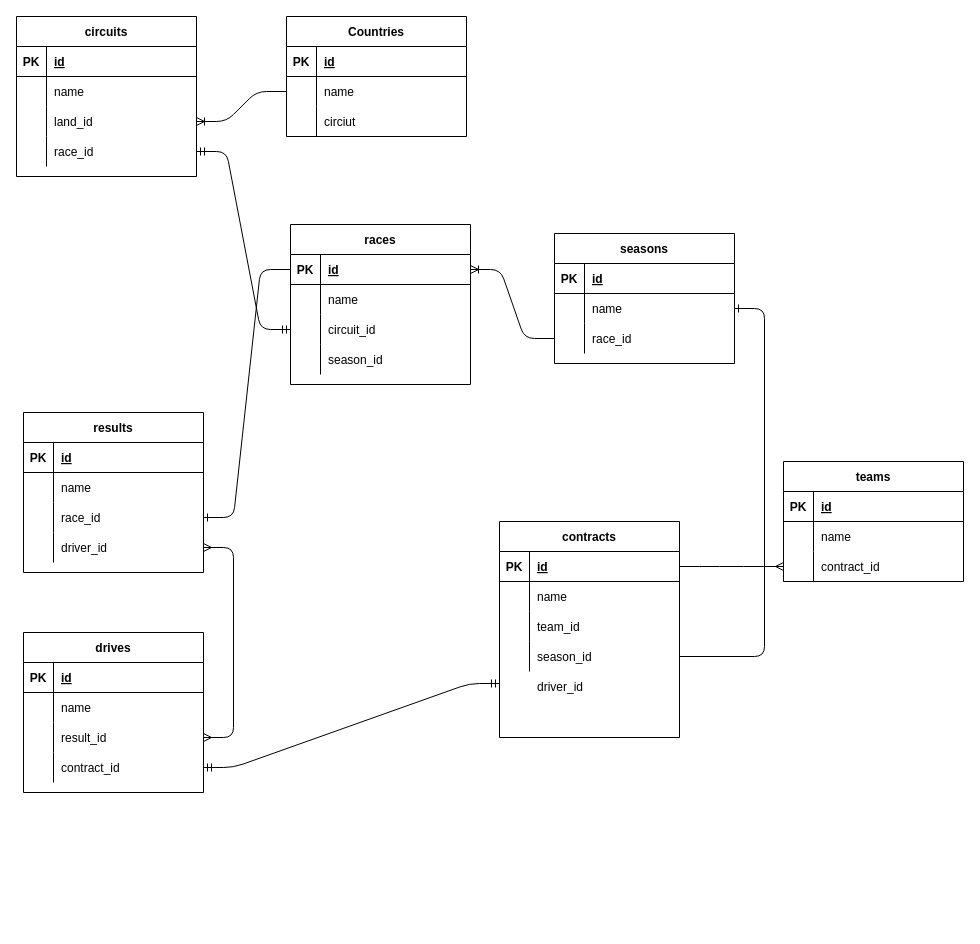
Before: ERDraceopdrachtDatabase.drawio in nickwilschut/ERD-opdracht, a draw.io diagram. Source tidied: cells renumbered, new cells numbered last; positions are measured from the earlier drawing's top-left corner, leaving out a move shared by most shapes. Both pictures are drawn from the tidied source at 100%, with x=0, y=0 at pixel (16, 16).
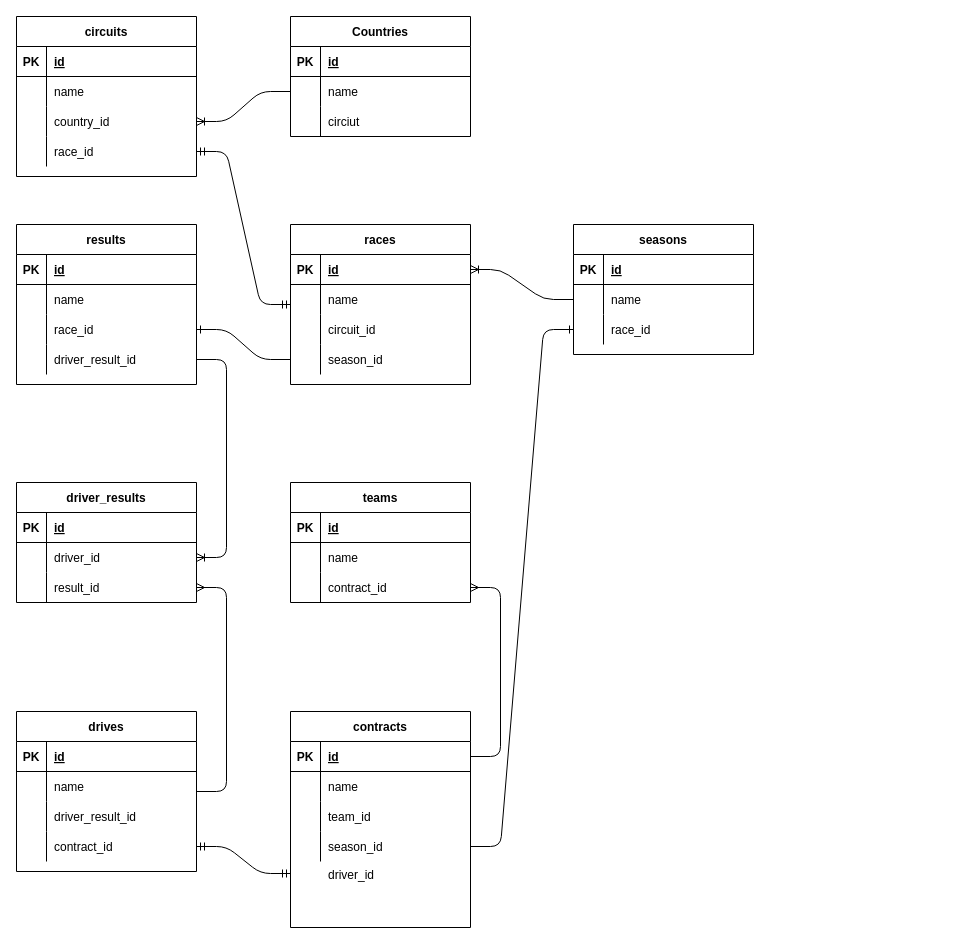
After the change.

Commit message:
added inbetween table for many to many relation

The change refers to these unchanged cells:
```xml
<mxCell id="13" style="shape=partialRectangle;fillColor=none;top=0;left=0;bottom=0;right=0;points=[[0,0.5],[1,0.5]];portConstraint=eastwest;" parent="6" vertex="1">
  <mxGeometry y="90" width="180" height="30" as="geometry" />
</mxCell>
<mxCell id="16" style="shape=partialRectangle;fillColor=none;top=0;left=0;bottom=0;right=0;points=[[0,0.5],[1,0.5]];portConstraint=eastwest;" parent="6" vertex="1">
  <mxGeometry y="120" width="180" height="30" as="geometry" />
</mxCell>
<mxCell id="37" style="shape=partialRectangle;fillColor=none;top=0;left=0;bottom=0;right=0;points=[[0,0.5],[1,0.5]];portConstraint=eastwest;" parent="30" vertex="1">
  <mxGeometry y="90" width="180" height="30" as="geometry" />
</mxCell>
<mxCell id="41" style="shape=partialRectangle;fillColor=none;top=0;left=0;bottom=1;right=0;points=[[0,0.5],[1,0.5]];portConstraint=eastwest;" parent="40" vertex="1">
  <mxGeometry y="30" width="180" height="30" as="geometry" />
</mxCell>
<mxCell id="50" style="shape=partialRectangle;fillColor=none;top=0;left=0;bottom=0;right=0;points=[[0,0.5],[1,0.5]];portConstraint=eastwest;" parent="40" vertex="1">
  <mxGeometry y="120" width="180" height="30" as="geometry" />
</mxCell>
<mxCell id="60" style="shape=partialRectangle;fillColor=none;top=0;left=0;bottom=0;right=0;points=[[0,0.5],[1,0.5]];portConstraint=eastwest;" parent="53" vertex="1">
  <mxGeometry y="90" width="180" height="30" as="geometry" />
</mxCell>
<mxCell id="74" style="shape=partialRectangle;fillColor=none;top=0;left=0;bottom=0;right=0;points=[[0,0.5],[1,0.5]];portConstraint=eastwest;" parent="67" vertex="1">
  <mxGeometry y="90" width="180" height="30" as="geometry" />
</mxCell>
<mxCell id="77" style="shape=partialRectangle;fillColor=none;top=0;left=0;bottom=0;right=0;points=[[0,0.5],[1,0.5]];portConstraint=eastwest;" parent="67" vertex="1">
  <mxGeometry y="120" width="180" height="30" as="geometry" />
</mxCell>
<mxCell id="84" style="shape=partialRectangle;fillColor=none;top=0;left=0;bottom=0;right=0;points=[[0,0.5],[1,0.5]];portConstraint=eastwest;" parent="80" vertex="1">
  <mxGeometry y="60" width="180" height="30" as="geometry" />
</mxCell>
<mxCell id="87" style="shape=partialRectangle;fillColor=none;top=0;left=0;bottom=0;right=0;points=[[0,0.5],[1,0.5]];portConstraint=eastwest;" parent="80" vertex="1">
  <mxGeometry y="90" width="180" height="30" as="geometry" />
</mxCell>
<mxCell id="91" value="races" style="shape=table;startSize=30;childLayout=tableLayout;rowLines=0;fontStyle=1;align=center;" parent="1" vertex="1">
  <mxGeometry x="274" y="208" width="180" height="160" as="geometry" />
</mxCell>
<mxCell id="92" style="shape=partialRectangle;fillColor=none;top=0;left=0;bottom=1;right=0;points=[[0,0.5],[1,0.5]];portConstraint=eastwest;" parent="91" vertex="1">
  <mxGeometry y="30" width="180" height="30" as="geometry" />
</mxCell>
<mxCell id="98" style="shape=partialRectangle;fillColor=none;top=0;left=0;bottom=0;right=0;points=[[0,0.5],[1,0.5]];portConstraint=eastwest;" parent="91" vertex="1">
  <mxGeometry y="90" width="180" height="30" as="geometry" />
</mxCell>
<mxCell id="101" style="shape=partialRectangle;fillColor=none;top=0;left=0;bottom=0;right=0;points=[[0,0.5],[1,0.5]];portConstraint=eastwest;" parent="91" vertex="1">
  <mxGeometry y="120" width="180" height="30" as="geometry" />
</mxCell>
```

What changed in the source:
```diff
@@
-    <mxCell id="2" style="edgeStyle=entityRelationEdgeStyle;fontSize=12;html=1;endArrow=ERoneToMany;entryX=1;entryY=0.5;entryDx=0;entryDy=0;" parent="1" edge="1" source="87" target="92">
+    <mxCell id="2" style="edgeStyle=entityRelationEdgeStyle;fontSize=12;html=1;endArrow=ERoneToMany;entryX=1;entryY=0.5;entryDx=0;entryDy=0;exitX=0;exitY=0.5;exitDx=0;exitDy=0;" parent="1" edge="1" source="84" target="92">
       <mxGeometry relative="1" as="geometry" />
     </mxCell>
@@
-    <mxCell id="4" style="edgeStyle=entityRelationEdgeStyle;fontSize=12;html=1;endArrow=ERmandOne;startArrow=ERmandOne;exitX=0;exitY=0.5;exitDx=0;exitDy=0;" parent="1" edge="1" source="98" target="16">
+    <mxCell id="4" style="edgeStyle=entityRelationEdgeStyle;fontSize=12;html=1;endArrow=ERmandOne;startArrow=ERmandOne;" parent="1" edge="1" source="91" target="16">
       <mxGeometry relative="1" as="geometry" />
     </mxCell>
-    <mxCell id="5" style="edgeStyle=entityRelationEdgeStyle;fontSize=12;html=1;endArrow=ERone;endFill=1;exitX=0;exitY=0.5;exitDx=0;exitDy=0;" parent="1" edge="1" source="92" target="74">
+    <mxCell id="5" style="edgeStyle=entityRelationEdgeStyle;fontSize=12;html=1;endArrow=ERone;endFill=1;" parent="1" edge="1" source="101" target="74">
       <mxGeometry relative="1" as="geometry" />
     </mxCell>
@@
-    <mxCell id="15" value="land_id" style="shape=partialRectangle;fillColor=none;top=0;left=0;bottom=0;right=0;align=left;spacingLeft=6;overflow=hidden;" parent="13" vertex="1">
+    <mxCell id="15" value="country_id" style="shape=partialRectangle;fillColor=none;top=0;left=0;bottom=0;right=0;align=left;spacingLeft=6;overflow=hidden;" parent="13" vertex="1">
       <mxGeometry x="30" width="150" height="30" as="geometry" />
     </mxCell>
@@
     <mxCell id="20" value="Countries" style="shape=table;startSize=30;childLayout=tableLayout;rowLines=0;fontStyle=1;align=center;" parent="1" vertex="1">
-      <mxGeometry x="270" width="180" height="120" as="geometry" />
+      <mxGeometry x="274" width="180" height="120" as="geometry" />
     </mxCell>
@@
     <mxCell id="30" value="teams" style="shape=table;startSize=30;childLayout=tableLayout;rowLines=0;fontStyle=1;align=center;" parent="1" vertex="1">
-      <mxGeometry x="767" y="445" width="180" height="120" as="geometry" />
+      <mxGeometry x="274" y="466" width="180" height="120" as="geometry" />
     </mxCell>
@@
     <mxCell id="40" value="contracts" style="shape=table;startSize=30;childLayout=tableLayout;rowLines=0;fontStyle=1;align=center;" parent="1" vertex="1">
-      <mxGeometry x="483" y="505" width="180" height="216" as="geometry" />
+      <mxGeometry x="274" y="695" width="180" height="216" as="geometry" />
     </mxCell>
@@
     <mxCell id="53" value="drives" style="shape=table;startSize=30;childLayout=tableLayout;rowLines=0;fontStyle=1;align=center;" parent="1" vertex="1">
-      <mxGeometry x="7" y="616" width="180" height="160" as="geometry" />
+      <mxGeometry y="695" width="180" height="160" as="geometry" />
     </mxCell>
@@
-    <mxCell id="62" value="result_id" style="shape=partialRectangle;fillColor=none;top=0;left=0;bottom=0;right=0;align=left;spacingLeft=6;overflow=hidden;" parent="60" vertex="1">
+    <mxCell id="62" value="driver_result_id" style="shape=partialRectangle;fillColor=none;top=0;left=0;bottom=0;right=0;align=left;spacingLeft=6;overflow=hidden;" parent="60" vertex="1">
       <mxGeometry x="30" width="150" height="30" as="geometry" />
     </mxCell>
@@
     <mxCell id="66" value="driver_id" style="shape=partialRectangle;fillColor=none;top=0;left=0;bottom=0;right=0;align=left;spacingLeft=6;overflow=hidden;" parent="1" vertex="1">
-      <mxGeometry x="513" y="655" width="150" height="30" as="geometry" />
+      <mxGeometry x="304" y="843" width="150" height="30" as="geometry" />
     </mxCell>
     <mxCell id="67" value="results" style="shape=table;startSize=30;childLayout=tableLayout;rowLines=0;fontStyle=1;align=center;" parent="1" vertex="1">
-      <mxGeometry x="7" y="396" width="180" height="160" as="geometry" />
+      <mxGeometry y="208" width="180" height="160" as="geometry" />
     </mxCell>
@@
-    <mxCell id="79" value="driver_id" style="shape=partialRectangle;fillColor=none;top=0;left=0;bottom=0;right=0;align=left;spacingLeft=6;overflow=hidden;" parent="77" vertex="1">
+    <mxCell id="79" value="driver_result_id" style="shape=partialRectangle;fillColor=none;top=0;left=0;bottom=0;right=0;align=left;spacingLeft=6;overflow=hidden;" parent="77" vertex="1">
       <mxGeometry x="30" width="150" height="30" as="geometry" />
     </mxCell>
     <mxCell id="80" value="seasons" style="shape=table;startSize=30;childLayout=tableLayout;rowLines=0;fontStyle=1;align=center;" parent="1" vertex="1">
-      <mxGeometry x="538" y="217" width="180" height="130" as="geometry" />
+      <mxGeometry x="557" y="208" width="180" height="130" as="geometry" />
     </mxCell>
@@
-    <mxCell id="90" style="edgeStyle=entityRelationEdgeStyle;fontSize=12;html=1;endArrow=ERone;endFill=1;" parent="1" edge="1" source="50" target="84">
+    <mxCell id="90" style="edgeStyle=entityRelationEdgeStyle;fontSize=12;html=1;endArrow=ERone;endFill=1;" parent="1" edge="1" source="50" target="87">
       <mxGeometry relative="1" as="geometry" />
     </mxCell>
@@
-    <mxCell id="104" style="edgeStyle=entityRelationEdgeStyle;fontSize=12;html=1;endArrow=ERmany;startArrow=ERmany;exitX=1;exitY=0.5;exitDx=0;exitDy=0;entryX=1;entryY=0.5;entryDx=0;entryDy=0;" parent="1" edge="1" source="60" target="77">
-      <mxGeometry relative="1" as="geometry" />
-    </mxCell>
-    <mxCell id="105" style="edgeStyle=entityRelationEdgeStyle;fontSize=12;html=1;endArrow=ERmany;exitX=1;exitY=0.5;exitDx=0;exitDy=0;entryX=0;entryY=0.5;entryDx=0;entryDy=0;" parent="1" edge="1" source="41" target="37">
+    <mxCell id="105" style="edgeStyle=entityRelationEdgeStyle;fontSize=12;html=1;endArrow=ERmany;exitX=1;exitY=0.5;exitDx=0;exitDy=0;" parent="1" edge="1" source="41" target="37">
       <mxGeometry relative="1" as="geometry" />
     </mxCell>
+    <mxCell id="106" value="driver_results" style="shape=table;startSize=30;childLayout=tableLayout;rowLines=0;fontStyle=1;align=center;" parent="1" vertex="1">
+      <mxGeometry y="466" width="180" height="120" as="geometry" />
+    </mxCell>
+    <mxCell id="107" style="shape=partialRectangle;fillColor=none;top=0;left=0;bottom=1;right=0;" parent="106" vertex="1">
+      <mxGeometry y="30" width="180" height="30" as="geometry" />
+    </mxCell>
+    <mxCell id="108" value="PK" style="shape=partialRectangle;fillColor=none;top=0;left=0;bottom=0;right=0;fontStyle=1;overflow=hidden;" parent="107" vertex="1">
+      <mxGeometry width="30" height="30" as="geometry" />
+    </mxCell>
+    <mxCell id="109" value="id" style="shape=partialRectangle;fillColor=none;top=0;left=0;bottom=0;right=0;align=left;spacingLeft=6;fontStyle=5;overflow=hidden;" parent="107" vertex="1">
+      <mxGeometry x="30" width="150" height="30" as="geometry" />
+    </mxCell>
+    <mxCell id="110" style="shape=partialRectangle;fillColor=none;top=0;left=0;bottom=0;right=0;points=[[0,0.5],[1,0.5]];portConstraint=eastwest;" parent="106" vertex="1">
+      <mxGeometry y="60" width="180" height="30" as="geometry" />
+    </mxCell>
+    <mxCell id="111" style="shape=partialRectangle;fillColor=none;top=0;left=0;bottom=0;right=0;overflow=hidden;" parent="110" vertex="1">
+      <mxGeometry width="30" height="30" as="geometry" />
+    </mxCell>
+    <mxCell id="112" value="driver_id" style="shape=partialRectangle;fillColor=none;top=0;left=0;bottom=0;right=0;align=left;spacingLeft=6;overflow=hidden;" parent="110" vertex="1">
+      <mxGeometry x="30" width="150" height="30" as="geometry" />
+    </mxCell>
+    <mxCell id="113" style="shape=partialRectangle;fillColor=none;top=0;left=0;bottom=0;right=0;points=[[0,0.5],[1,0.5]];portConstraint=eastwest;" parent="106" vertex="1">
+      <mxGeometry y="90" width="180" height="30" as="geometry" />
+    </mxCell>
+    <mxCell id="114" style="shape=partialRectangle;fillColor=none;top=0;left=0;bottom=0;right=0;overflow=hidden;" parent="113" vertex="1">
+      <mxGeometry width="30" height="30" as="geometry" />
+    </mxCell>
+    <mxCell id="115" value="result_id" style="shape=partialRectangle;fillColor=none;top=0;left=0;bottom=0;right=0;align=left;spacingLeft=6;overflow=hidden;" parent="113" vertex="1">
+      <mxGeometry x="30" width="150" height="30" as="geometry" />
+    </mxCell>
+    <mxCell id="116" style="edgeStyle=entityRelationEdgeStyle;fontSize=12;html=1;endArrow=ERmany;" parent="1" edge="1" source="53" target="113">
+      <mxGeometry relative="1" as="geometry" />
+    </mxCell>
+    <mxCell id="117" style="edgeStyle=entityRelationEdgeStyle;fontSize=12;html=1;endArrow=ERoneToMany;" parent="1" edge="1" source="77" target="110">
+      <mxGeometry relative="1" as="geometry" />
+    </mxCell>
```
